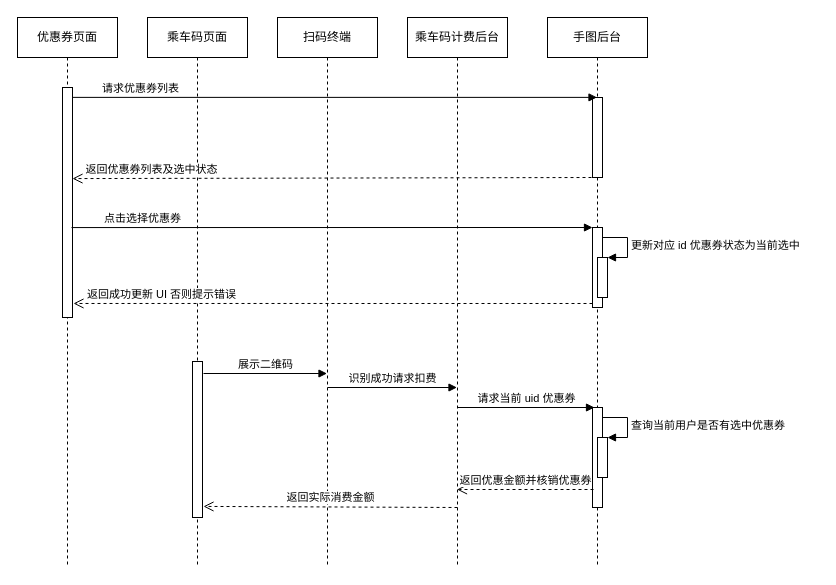
Before: Untitled Diagram.drawio in wangziji/graphics, a draw.io diagram. Source tidied: cells renumbered, new cells numbered last; positions are measured from the earlier drawing's top-left corner, leaving out a move shared by most shapes. Both pictures are drawn from the tidied source at 100%, with x=0, y=0 at pixel (17, 17).
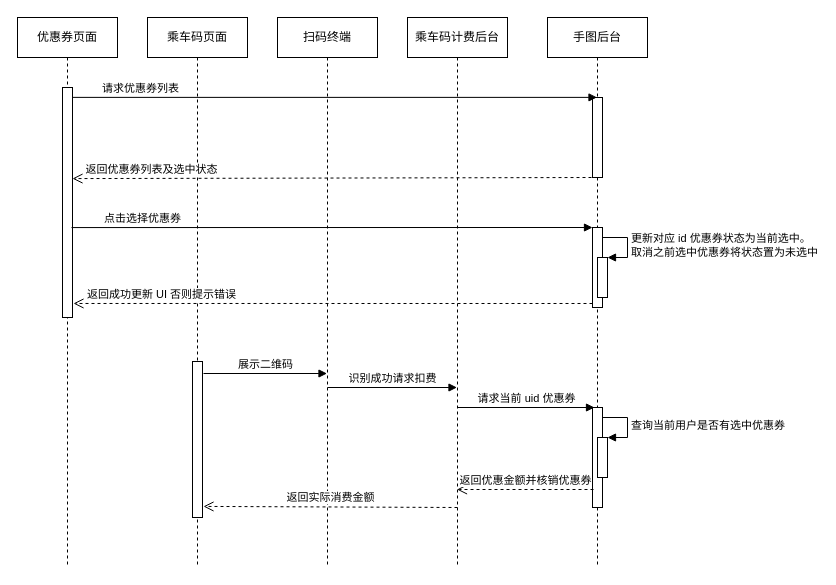
After the change.

Unchanged cells that the change refers to:
```xml
<mxCell id="19" style="html=1;points=[];perimeter=orthogonalPerimeter;" parent="1" vertex="1">
  <mxGeometry x="580" y="240" width="10" height="40" as="geometry" />
</mxCell>
```

What changed in the source:
```diff
@@
-    <mxCell id="20" value="更新对应 id 优惠券状态为当前选中" style="edgeStyle=orthogonalEdgeStyle;html=1;align=left;spacingLeft=2;endArrow=block;rounded=0;entryX=1;entryY=0;" parent="1" edge="1" target="19">
+    <mxCell id="20" value="更新对应 id 优惠券状态为当前选中。&lt;br&gt;取消之前选中优惠券将状态置为未选中" style="edgeStyle=orthogonalEdgeStyle;html=1;align=left;spacingLeft=2;endArrow=block;rounded=0;entryX=1;entryY=0;" parent="1" edge="1" target="19">
       <mxGeometry relative="1" as="geometry">
         <mxPoint x="585" y="220" as="sourcePoint" />
         <Array as="points">
           <mxPoint x="610" y="220" />
         </Array>
       </mxGeometry>
     </mxCell>
```
